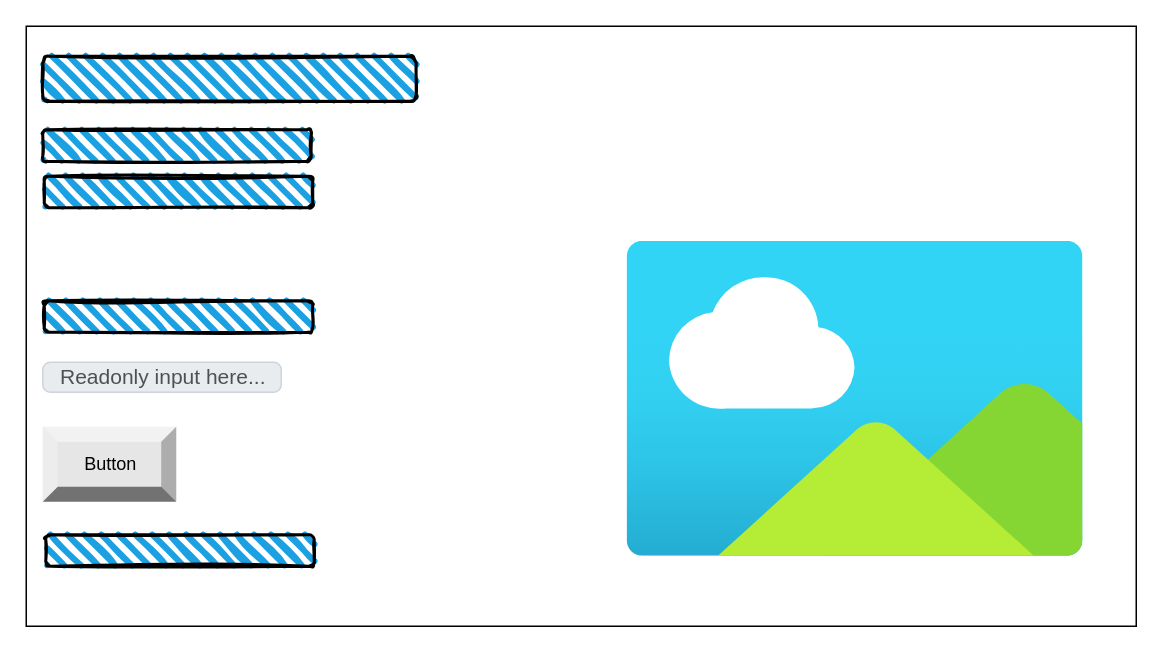
Above: page "Page-2" (2 of 2) of design/story-board.drawio in ekaterina-chernykh/ICS20-Unit-5-04 (draw.io), before the change. Source tidied: cells renumbered, new cells numbered last; positions are measured from the earlier drawing's top-left corner, leaving out a move shared by most shapes. Both pictures are drawn from the tidied source at 150%, with x=0, y=0 at pixel (26, 26).
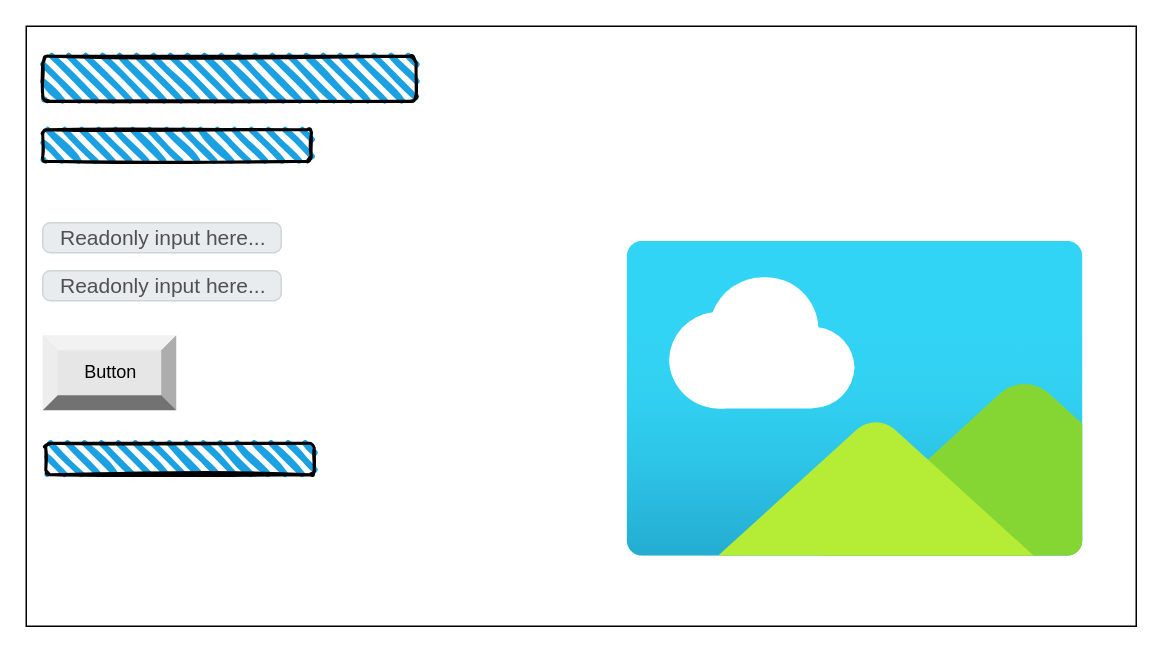
After the change.

The edit, as a diff of the source:
```diff
@@
 <mxGraphModel>
   <root>
     <mxCell id="0" />
     <mxCell id="1" parent="0" />
     <mxCell id="2" style="rounded=0;whiteSpace=wrap;html=1;" parent="1" vertex="1">
       <mxGeometry width="740" height="400" as="geometry" />
     </mxCell>
     <mxCell id="3" style="rounded=1;whiteSpace=wrap;html=1;strokeWidth=2;fillWeight=4;hachureGap=8;hachureAngle=45;fillColor=#1ba1e2;sketch=1;" parent="1" vertex="1">
       <mxGeometry x="11" y="20" width="249" height="30" as="geometry" />
     </mxCell>
-    <mxCell id="4" style="rounded=1;whiteSpace=wrap;html=1;strokeWidth=2;fillWeight=4;hachureGap=8;hachureAngle=45;fillColor=#1ba1e2;sketch=1;" parent="1" vertex="1">
-      <mxGeometry x="12" y="100" width="179" height="21" as="geometry" />
-    </mxCell>
     <mxCell id="5" style="rounded=1;whiteSpace=wrap;html=1;strokeWidth=2;fillWeight=4;hachureGap=8;hachureAngle=45;fillColor=#1ba1e2;sketch=1;" parent="1" vertex="1">
       <mxGeometry x="11" y="69" width="179" height="21" as="geometry" />
     </mxCell>
-    <mxCell id="6" style="rounded=1;whiteSpace=wrap;html=1;strokeWidth=2;fillWeight=4;hachureGap=8;hachureAngle=45;fillColor=#1ba1e2;sketch=1;" parent="1" vertex="1">
-      <mxGeometry x="12" y="183" width="179" height="21" as="geometry" />
-    </mxCell>
     <mxCell id="7" value="Readonly input here..." style="html=1;shadow=0;dashed=0;shape=mxgraph.bootstrap.rrect;rSize=5;strokeColor=#CED4DA;strokeWidth=1;fillColor=#E9ECEF;fontColor=#505050;whiteSpace=wrap;align=left;verticalAlign=middle;spacingLeft=10;fontSize=14;" parent="1" vertex="1">
-      <mxGeometry x="11" y="224" width="159" height="20" as="geometry" />
+      <mxGeometry x="11" y="163" width="159" height="20" as="geometry" />
     </mxCell>
     <mxCell id="8" value="Button" style="labelPosition=center;verticalLabelPosition=middle;align=center;html=1;shape=mxgraph.basic.shaded_button;dx=10;fillColor=#E6E6E6;strokeColor=none;" parent="1" vertex="1">
-      <mxGeometry x="11" y="267" width="89" height="50" as="geometry" />
+      <mxGeometry x="11" y="206" width="89" height="50" as="geometry" />
     </mxCell>
     <mxCell id="9" style="html=1;align=center;image;fontSize=12;image=img/lib/azure2/general/Image.svg;fillColor=#BA6D07;" parent="1" vertex="1">
       <mxGeometry x="400" y="143.5" width="305.4" height="210" as="geometry" />
     </mxCell>
     <mxCell id="10" style="rounded=1;whiteSpace=wrap;html=1;strokeWidth=2;fillWeight=4;hachureGap=8;hachureAngle=45;fillColor=#1ba1e2;sketch=1;" parent="1" vertex="1">
-      <mxGeometry x="13" y="339" width="179" height="21" as="geometry" />
+      <mxGeometry x="13" y="278" width="179" height="21" as="geometry" />
     </mxCell>
+    <mxCell id="11" value="Readonly input here..." style="html=1;shadow=0;dashed=0;shape=mxgraph.bootstrap.rrect;rSize=5;strokeColor=#CED4DA;strokeWidth=1;fillColor=#E9ECEF;fontColor=#505050;whiteSpace=wrap;align=left;verticalAlign=middle;spacingLeft=10;fontSize=14;" parent="1" vertex="1">
+      <mxGeometry x="11" y="131" width="159" height="20" as="geometry" />
+    </mxCell>
   </root>
 </mxGraphModel>
```
